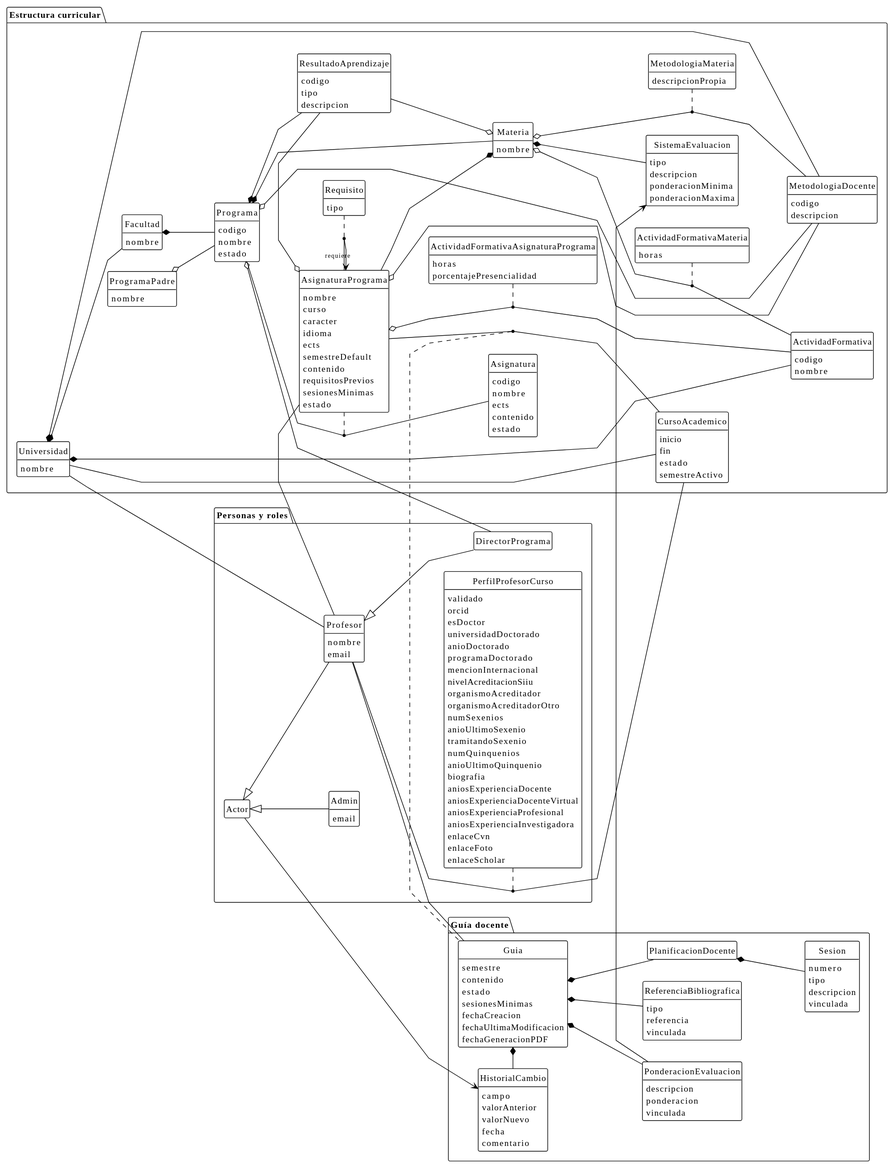
Earlier version of the PlantUML export images/RUP/00-modelo-del-dominio/modeloDominio.svg (mmasias/pyCeldaPublico).
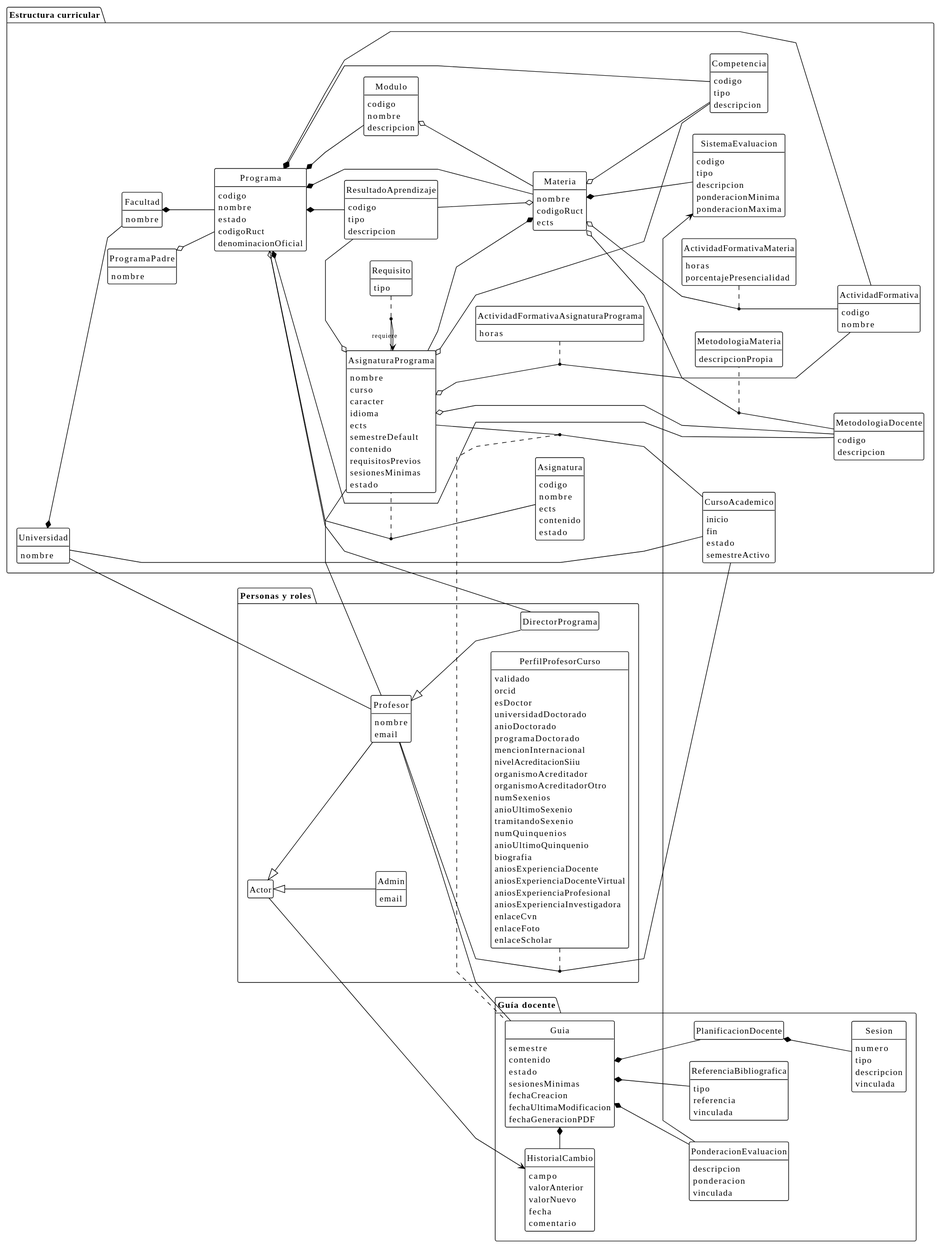
After the change.

Diff of the diagram source:
```diff
@@ -19,11 +19,21 @@
     codigo
     nombre
     estado
+    codigoRuct
+    denominacionOficial
   }
   class Materia {
     nombre
+    codigoRuct
+    ects
+  }
+  class Modulo {
+    codigo
+    nombre
+    descripcion
   }
   class SistemaEvaluacion {
+    codigo
     tipo
     descripcion
     ponderacionMinima
@@ -42,10 +52,10 @@
   }
   class ActividadFormativaMateria {
     horas
+    porcentajePresencialidad
   }
   class ActividadFormativaAsignaturaPrograma {
     horas
-    porcentajePresencialidad
   }
   class Asignatura {
     codigo
@@ -71,6 +81,11 @@
     tipo
     descripcion
   }
+  class Competencia {
+    codigo
+    tipo
+    descripcion
+  }
   class Requisito {
     tipo
   }
@@ -84,13 +99,12 @@
   Facultad *-- Programa
   ProgramaPadre o-- Programa
   Programa *-- Materia
-  Programa o-- MetodologiaDocente
+  Programa *-- MetodologiaDocente
   Materia *-- AsignaturaPrograma
   Materia *-- SistemaEvaluacion
   Materia o-- MetodologiaDocente
   (Materia, MetodologiaDocente) .. MetodologiaMateria
-  Universidad *-- MetodologiaDocente
-  Universidad *-- ActividadFormativa
+  Programa *-- ActividadFormativa
   Materia o-- ActividadFormativa
   (Materia, ActividadFormativa) .. ActividadFormativaMateria
   AsignaturaPrograma o-- ActividadFormativa
@@ -99,6 +113,11 @@
   Programa *-d- ResultadoAprendizaje
   Materia o-u- ResultadoAprendizaje
   AsignaturaPrograma o- ResultadoAprendizaje
+  Programa *-- Competencia
+  Materia o-- Competencia
+  AsignaturaPrograma o-- Competencia
+  Programa *-- Modulo
+  Modulo o-- Materia
   AsignaturaPrograma o-r- MetodologiaDocente
   AsignaturaPrograma -> AsignaturaPrograma : <sub>requiere</sub>
   (AsignaturaPrograma, AsignaturaPrograma) .. Requisito
```
